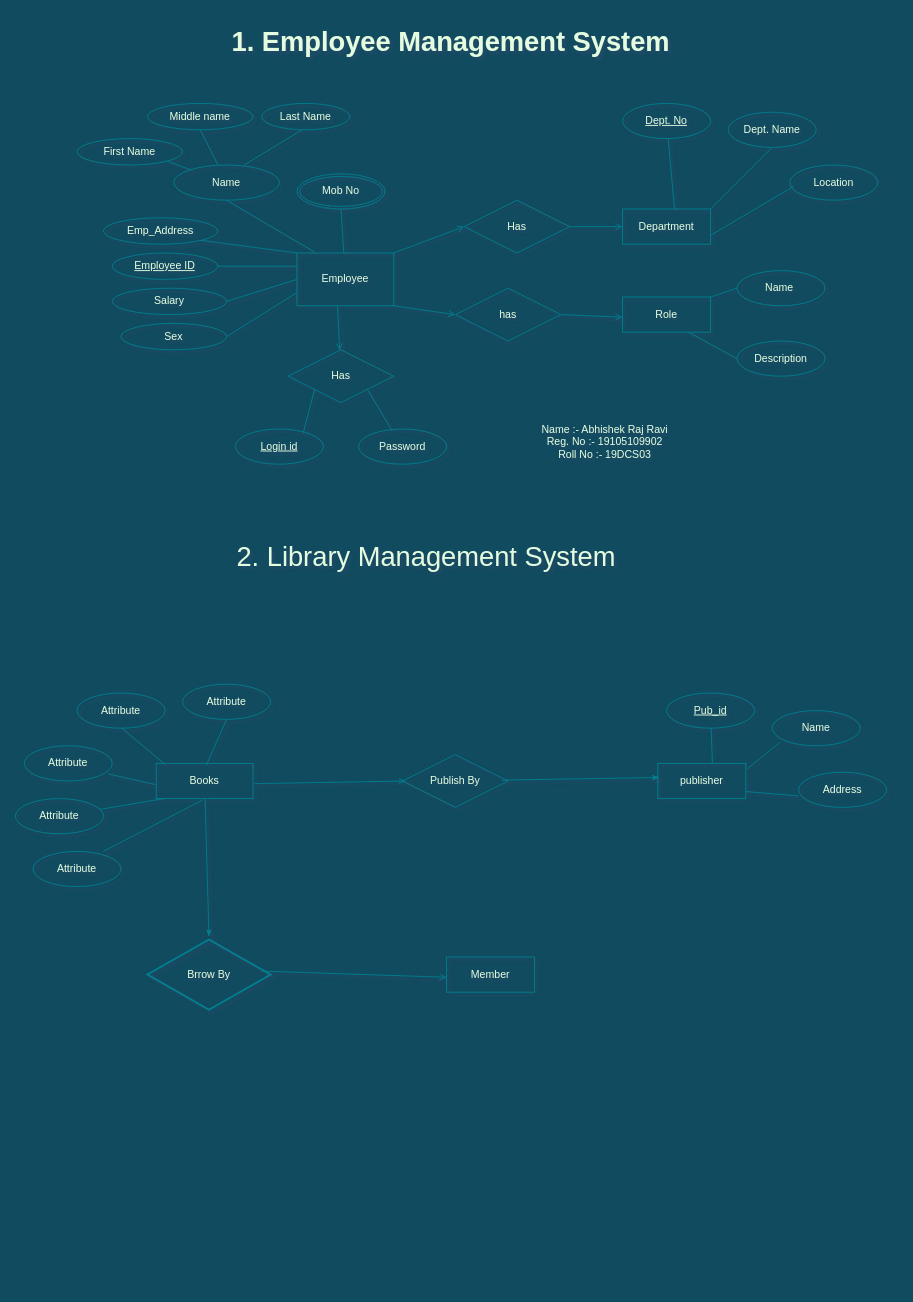
This is ER Diagram.drawio from arrbxr/my-gallery, a draw.io file, before an edit. Source tidied: cells renumbered, new cells numbered last; positions are measured from the earlier drawing's top-left corner, leaving out a move shared by most shapes. Both pictures are drawn from the tidied source at 88%, with x=0, y=0 at pixel (15, 15).
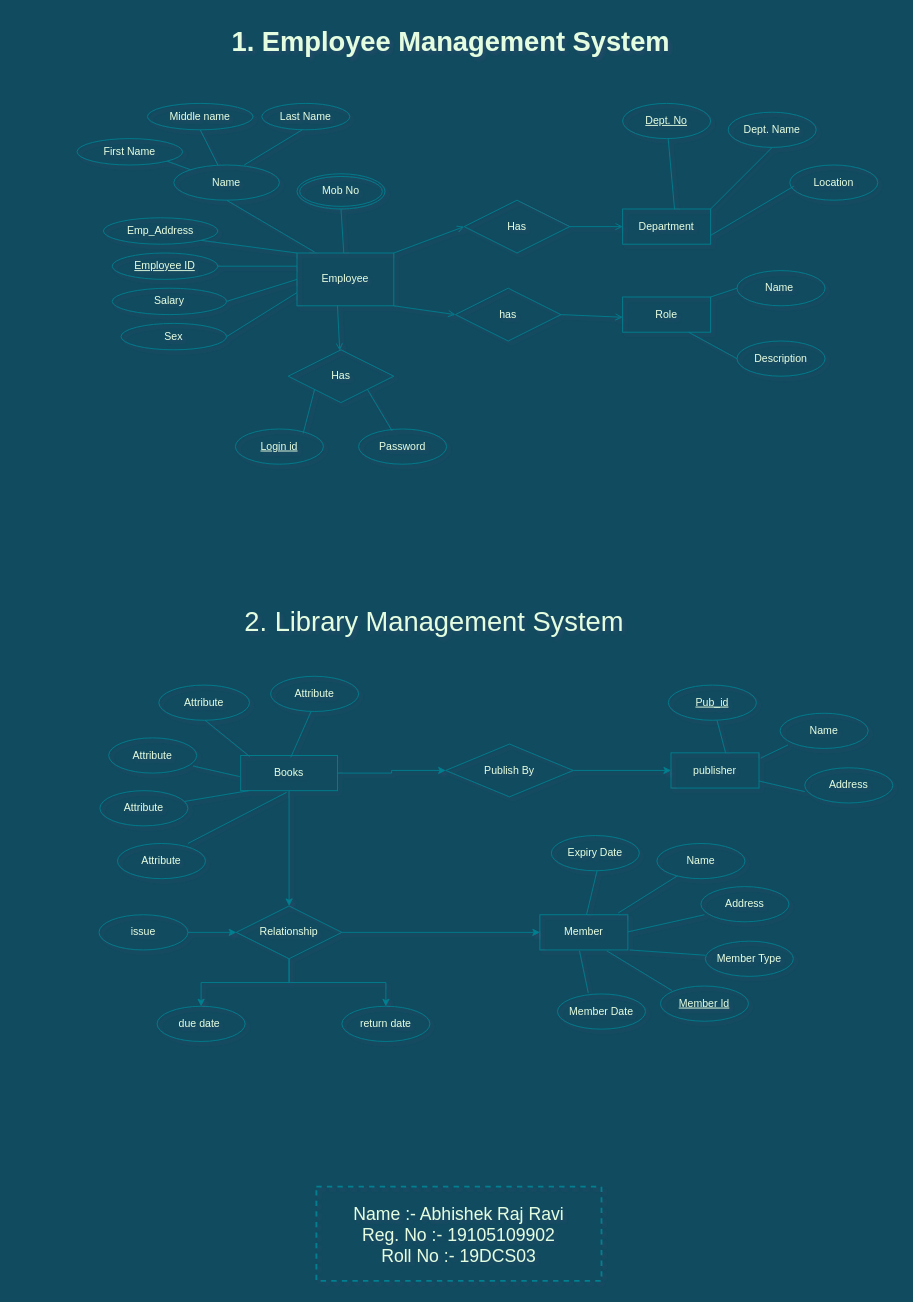
After the change.

The edit, as a diff of the source:
```diff
@@
-    <mxCell id="47" value="Name :- Abhishek Raj Ravi&lt;br&gt;Reg. No :- 19105109902&lt;br&gt;Roll No :- 19DCS03" style="whiteSpace=wrap;html=1;absoluteArcSize=1;arcSize=14;strokeWidth=2;fillColor=none;fontColor=#E4FDE1;strokeColor=none;" parent="1" vertex="1">
-      <mxGeometry x="550" y="430" width="240" height="110" as="geometry" />
-    </mxCell>
@@
     <mxCell id="49" value="2. Library Management System" style="text;html=1;fillColor=none;align=center;verticalAlign=middle;whiteSpace=wrap;glass=0;labelBackgroundColor=none;fontSize=31;fontColor=#E4FDE1;" parent="1" vertex="1">
-      <mxGeometry x="147" y="590" width="640" height="50" as="geometry" />
+      <mxGeometry x="156" y="664" width="640" height="50" as="geometry" />
     </mxCell>
@@
+    <mxCell id="76" style="edgeStyle=orthogonalEdgeStyle;rounded=0;jettySize=auto;html=1;endArrow=classic;endFill=1;labelBackgroundColor=#114B5F;strokeColor=#028090;fontColor=#E4FDE1;" parent="1" edge="1" source="51" target="80">
+      <mxGeometry relative="1" as="geometry" />
+    </mxCell>
+    <mxCell id="64" style="edgeStyle=orthogonalEdgeStyle;rounded=0;jettySize=auto;html=1;exitX=1;exitY=0.5;exitDx=0;exitDy=0;entryX=0;entryY=0.5;entryDx=0;entryDy=0;endArrow=classic;endFill=1;labelBackgroundColor=#114B5F;strokeColor=#028090;fontColor=#E4FDE1;" parent="1" edge="1" source="51" target="52">
+      <mxGeometry relative="1" as="geometry" />
+    </mxCell>
     <mxCell id="51" value="Books" style="whiteSpace=wrap;html=1;align=center;strokeColor=#028090;fontColor=#E4FDE1;fillColor=none;" parent="1" vertex="1">
-      <mxGeometry x="160" y="850" width="110" height="40" as="geometry" />
+      <mxGeometry x="256" y="841" width="110" height="40" as="geometry" />
     </mxCell>
+    <mxCell id="65" style="edgeStyle=orthogonalEdgeStyle;rounded=0;jettySize=auto;html=1;exitX=1;exitY=0.5;exitDx=0;exitDy=0;endArrow=classic;endFill=1;labelBackgroundColor=#114B5F;strokeColor=#028090;fontColor=#E4FDE1;" parent="1" edge="1" source="52" target="53">
+      <mxGeometry relative="1" as="geometry" />
+    </mxCell>
     <mxCell id="52" value="Publish By" style="shape=rhombus;perimeter=rhombusPerimeter;whiteSpace=wrap;html=1;align=center;strokeColor=#028090;fontColor=#E4FDE1;fillColor=none;" parent="1" vertex="1">
-      <mxGeometry x="440" y="840" width="120" height="60" as="geometry" />
+      <mxGeometry x="489" y="828" width="145" height="60" as="geometry" />
     </mxCell>
     <mxCell id="53" value="publisher" style="whiteSpace=wrap;html=1;align=center;strokeColor=#028090;fontColor=#E4FDE1;fillColor=none;" parent="1" vertex="1">
-      <mxGeometry x="730" y="850" width="100" height="40" as="geometry" />
+      <mxGeometry x="745" y="838" width="100" height="40" as="geometry" />
     </mxCell>
     <mxCell id="54" value="Attribute" style="ellipse;whiteSpace=wrap;html=1;align=center;strokeColor=#028090;fontColor=#E4FDE1;fillColor=none;" parent="1" vertex="1">
-      <mxGeometry x="70" y="770" width="100" height="40" as="geometry" />
+      <mxGeometry x="163" y="761" width="103" height="40" as="geometry" />
     </mxCell>
     <mxCell id="55" value="Attribute" style="ellipse;whiteSpace=wrap;html=1;align=center;strokeColor=#028090;fontColor=#E4FDE1;fillColor=none;" parent="1" vertex="1">
-      <mxGeometry y="890" width="100" height="40" as="geometry" />
+      <mxGeometry x="96" y="881" width="100" height="40" as="geometry" />
     </mxCell>
     <mxCell id="56" value="Attribute" style="ellipse;whiteSpace=wrap;html=1;align=center;strokeColor=#028090;fontColor=#E4FDE1;fillColor=none;" parent="1" vertex="1">
-      <mxGeometry x="10" y="830" width="100" height="40" as="geometry" />
+      <mxGeometry x="106" y="821" width="100" height="40" as="geometry" />
     </mxCell>
     <mxCell id="57" value="Attribute" style="ellipse;whiteSpace=wrap;html=1;align=center;strokeColor=#028090;fontColor=#E4FDE1;fillColor=none;" parent="1" vertex="1">
-      <mxGeometry x="190" y="760" width="100" height="40" as="geometry" />
+      <mxGeometry x="290" y="751" width="100" height="40" as="geometry" />
     </mxCell>
     <mxCell id="58" value="Attribute" style="ellipse;whiteSpace=wrap;html=1;align=center;strokeColor=#028090;fontColor=#E4FDE1;fillColor=none;" parent="1" vertex="1">
-      <mxGeometry x="20" y="950" width="100" height="40" as="geometry" />
+      <mxGeometry x="116" y="941" width="100" height="40" as="geometry" />
     </mxCell>
     <mxCell id="59" style="endArrow=none;html=1;exitX=0.518;exitY=0.05;exitDx=0;exitDy=0;exitPerimeter=0;strokeColor=#028090;fontColor=#E4FDE1;labelBackgroundColor=#114B5F;" parent="1" edge="1" source="51">
       <mxGeometry relative="1" as="geometry">
-        <mxPoint x="240" y="800" as="targetPoint" />
+        <mxPoint x="336" y="791" as="targetPoint" />
       </mxGeometry>
     </mxCell>
@@
-    <mxCell id="64" style="endArrow=openThin;html=1;exitX=1.018;exitY=0.575;exitDx=0;exitDy=0;exitPerimeter=0;endFill=0;entryX=0.033;entryY=0.5;entryDx=0;entryDy=0;entryPerimeter=0;strokeColor=#028090;fontColor=#E4FDE1;labelBackgroundColor=#114B5F;" parent="1" edge="1" source="51" target="52">
-      <mxGeometry relative="1" as="geometry" />
-    </mxCell>
-    <mxCell id="65" style="endArrow=classicThin;html=1;exitX=0.942;exitY=0.483;exitDx=0;exitDy=0;exitPerimeter=0;entryX=0.02;entryY=0.4;entryDx=0;entryDy=0;entryPerimeter=0;endFill=1;strokeColor=#028090;fontColor=#E4FDE1;labelBackgroundColor=#114B5F;" parent="1" edge="1" source="52" target="53">
-      <mxGeometry relative="1" as="geometry" />
-    </mxCell>
     <mxCell id="66" value="Address" style="ellipse;whiteSpace=wrap;html=1;align=center;strokeColor=#028090;fontColor=#E4FDE1;fillColor=none;" parent="1" vertex="1">
-      <mxGeometry x="890" y="860" width="100" height="40" as="geometry" />
+      <mxGeometry x="897" y="855" width="100" height="40" as="geometry" />
     </mxCell>
     <mxCell id="67" value="&lt;u&gt;Pub_id&lt;/u&gt;" style="ellipse;whiteSpace=wrap;html=1;align=center;strokeColor=#028090;fontColor=#E4FDE1;fillColor=none;" parent="1" vertex="1">
-      <mxGeometry x="740" y="770" width="100" height="40" as="geometry" />
+      <mxGeometry x="742" y="761" width="100" height="40" as="geometry" />
     </mxCell>
     <mxCell id="68" value="Name" style="ellipse;whiteSpace=wrap;html=1;align=center;strokeColor=#028090;fontColor=#E4FDE1;fillColor=none;" parent="1" vertex="1">
-      <mxGeometry x="860" y="790" width="100" height="40" as="geometry" />
+      <mxGeometry x="869" y="793" width="100" height="40" as="geometry" />
     </mxCell>
@@
-    <mxCell id="72" value="Brrow By" style="strokeWidth=2;html=1;shape=mxgraph.flowchart.decision;whiteSpace=wrap;strokeColor=#028090;fontColor=#E4FDE1;fillColor=none;" parent="1" vertex="1">
-      <mxGeometry x="150" y="1050" width="140" height="80" as="geometry" />
-    </mxCell>
-    <mxCell id="73" style="endArrow=classicThin;html=1;endFill=1;entryX=0.5;entryY=-0.037;entryDx=0;entryDy=0;entryPerimeter=0;strokeColor=#028090;fontColor=#E4FDE1;labelBackgroundColor=#114B5F;" parent="1" edge="1" source="51" target="72">
-      <mxGeometry relative="1" as="geometry" />
-    </mxCell>
+    <mxCell id="77" style="edgeStyle=orthogonalEdgeStyle;rounded=0;jettySize=auto;html=1;exitX=0.5;exitY=1;exitDx=0;exitDy=0;endArrow=classic;endFill=1;labelBackgroundColor=#114B5F;strokeColor=#028090;fontColor=#E4FDE1;" parent="1" edge="1" source="80" target="83">
+      <mxGeometry relative="1" as="geometry" />
+    </mxCell>
+    <mxCell id="78" style="edgeStyle=orthogonalEdgeStyle;rounded=0;jettySize=auto;html=1;entryX=0.5;entryY=0;entryDx=0;entryDy=0;endArrow=classic;endFill=1;labelBackgroundColor=#114B5F;strokeColor=#028090;fontColor=#E4FDE1;" parent="1" edge="1" source="80" target="84">
+      <mxGeometry relative="1" as="geometry" />
+    </mxCell>
+    <mxCell id="79" style="edgeStyle=orthogonalEdgeStyle;rounded=0;jettySize=auto;html=1;endArrow=classic;endFill=1;labelBackgroundColor=#114B5F;strokeColor=#028090;fontColor=#E4FDE1;" parent="1" edge="1" source="80" target="74">
+      <mxGeometry relative="1" as="geometry" />
+    </mxCell>
+    <mxCell id="80" value="Relationship" style="shape=rhombus;perimeter=rhombusPerimeter;whiteSpace=wrap;html=1;align=center;fillColor=none;strokeColor=#028090;fontColor=#E4FDE1;" parent="1" vertex="1">
+      <mxGeometry x="251" y="1012" width="120" height="60" as="geometry" />
+    </mxCell>
+    <mxCell id="81" style="edgeStyle=orthogonalEdgeStyle;rounded=0;jettySize=auto;html=1;exitX=1;exitY=0.5;exitDx=0;exitDy=0;entryX=0;entryY=0.5;entryDx=0;entryDy=0;endArrow=classic;endFill=1;labelBackgroundColor=#114B5F;strokeColor=#028090;fontColor=#E4FDE1;" parent="1" edge="1" source="82" target="80">
+      <mxGeometry relative="1" as="geometry" />
+    </mxCell>
+    <mxCell id="82" value="issue" style="ellipse;whiteSpace=wrap;html=1;align=center;strokeColor=#028090;fillColor=none;fontColor=#E4FDE1;" parent="1" vertex="1">
+      <mxGeometry x="95" y="1022" width="101" height="40" as="geometry" />
+    </mxCell>
+    <mxCell id="83" value="return date" style="ellipse;whiteSpace=wrap;html=1;align=center;strokeColor=#028090;fillColor=none;fontColor=#E4FDE1;" parent="1" vertex="1">
+      <mxGeometry x="371" y="1126" width="100" height="40" as="geometry" />
+    </mxCell>
+    <mxCell id="84" value="due date&amp;nbsp;" style="ellipse;whiteSpace=wrap;html=1;align=center;strokeColor=#028090;fillColor=none;fontColor=#E4FDE1;" parent="1" vertex="1">
+      <mxGeometry x="161" y="1126" width="100" height="40" as="geometry" />
+    </mxCell>
-    <mxCell id="74" value="Member" style="whiteSpace=wrap;html=1;align=center;strokeColor=#028090;fontColor=#E4FDE1;fillColor=none;" parent="1" vertex="1">
-      <mxGeometry x="490" y="1070" width="100" height="40" as="geometry" />
+    <mxCell id="74" value="Member" style="whiteSpace=wrap;html=1;align=center;fillColor=none;strokeColor=#028090;fontColor=#E4FDE1;" parent="1" vertex="1">
+      <mxGeometry x="596" y="1022" width="100" height="40" as="geometry" />
     </mxCell>
-    <mxCell id="75" style="endArrow=open;html=1;exitX=0.929;exitY=0.45;exitDx=0;exitDy=0;exitPerimeter=0;entryX=0;entryY=0.576;entryDx=0;entryDy=0;entryPerimeter=0;endFill=0;strokeColor=#028090;fontColor=#E4FDE1;labelBackgroundColor=#114B5F;" parent="1" edge="1" source="72" target="74">
-      <mxGeometry relative="1" as="geometry" />
-    </mxCell>
+    <mxCell id="85" value="Expiry Date" style="ellipse;whiteSpace=wrap;html=1;align=center;strokeColor=#028090;fillColor=none;fontColor=#E4FDE1;" parent="1" vertex="1">
+      <mxGeometry x="609" y="932" width="100" height="40" as="geometry" />
+    </mxCell>
+    <mxCell id="86" value="Address" style="ellipse;whiteSpace=wrap;html=1;align=center;strokeColor=#028090;fillColor=none;fontColor=#E4FDE1;" parent="1" vertex="1">
+      <mxGeometry x="779" y="990" width="100" height="40" as="geometry" />
+    </mxCell>
+    <mxCell id="87" value="Member Type" style="ellipse;whiteSpace=wrap;html=1;align=center;strokeColor=#028090;fillColor=none;fontColor=#E4FDE1;" parent="1" vertex="1">
+      <mxGeometry x="784" y="1052" width="100" height="40" as="geometry" />
+    </mxCell>
+    <mxCell id="88" value="&lt;u&gt;Member Id&lt;/u&gt;" style="ellipse;whiteSpace=wrap;html=1;align=center;strokeColor=#028090;fillColor=none;fontColor=#E4FDE1;" parent="1" vertex="1">
+      <mxGeometry x="733" y="1103" width="100" height="40" as="geometry" />
+    </mxCell>
+    <mxCell id="89" value="Member Date" style="ellipse;whiteSpace=wrap;html=1;align=center;strokeColor=#028090;fillColor=none;fontColor=#E4FDE1;" parent="1" vertex="1">
+      <mxGeometry x="616" y="1112" width="100" height="40" as="geometry" />
+    </mxCell>
+    <mxCell id="90" value="Name" style="ellipse;whiteSpace=wrap;html=1;align=center;strokeColor=#028090;fillColor=none;fontColor=#E4FDE1;" parent="1" vertex="1">
+      <mxGeometry x="729" y="941" width="100" height="40" as="geometry" />
+    </mxCell>
+    <mxCell id="91" style="endArrow=none;html=1;rounded=0;entryX=0.04;entryY=0.8;entryDx=0;entryDy=0;entryPerimeter=0;labelBackgroundColor=#114B5F;strokeColor=#028090;fontColor=#E4FDE1;" parent="1" edge="1" target="86">
+      <mxGeometry relative="1" as="geometry">
+        <mxPoint x="696" y="1041.5" as="sourcePoint" />
+      </mxGeometry>
+    </mxCell>
+    <mxCell id="92" style="endArrow=none;html=1;exitX=0.53;exitY=0;exitDx=0;exitDy=0;exitPerimeter=0;labelBackgroundColor=#114B5F;strokeColor=#028090;fontColor=#E4FDE1;" parent="1" edge="1" source="74">
+      <mxGeometry relative="1" as="geometry">
+        <mxPoint x="661" y="972" as="targetPoint" />
+      </mxGeometry>
+    </mxCell>
+    <mxCell id="93" style="endArrow=none;html=1;exitX=0.89;exitY=-0.05;exitDx=0;exitDy=0;exitPerimeter=0;labelBackgroundColor=#114B5F;strokeColor=#028090;fontColor=#E4FDE1;" parent="1" edge="1" source="74" target="90">
+      <mxGeometry relative="1" as="geometry" />
+    </mxCell>
+    <mxCell id="94" style="endArrow=none;html=1;exitX=1.02;exitY=1;exitDx=0;exitDy=0;exitPerimeter=0;entryX=0;entryY=0.4;entryDx=0;entryDy=0;entryPerimeter=0;labelBackgroundColor=#114B5F;strokeColor=#028090;fontColor=#E4FDE1;" parent="1" edge="1" source="74" target="87">
+      <mxGeometry relative="1" as="geometry" />
+    </mxCell>
+    <mxCell id="95" style="endArrow=none;html=1;exitX=0.76;exitY=1.025;exitDx=0;exitDy=0;exitPerimeter=0;entryX=0.13;entryY=0.125;entryDx=0;entryDy=0;entryPerimeter=0;labelBackgroundColor=#114B5F;strokeColor=#028090;fontColor=#E4FDE1;" parent="1" edge="1" source="74" target="88">
+      <mxGeometry relative="1" as="geometry" />
+    </mxCell>
+    <mxCell id="96" style="endArrow=none;html=1;exitX=0.35;exitY=-0.025;exitDx=0;exitDy=0;exitPerimeter=0;entryX=0.45;entryY=1.025;entryDx=0;entryDy=0;entryPerimeter=0;labelBackgroundColor=#114B5F;strokeColor=#028090;fontColor=#E4FDE1;" parent="1" edge="1" source="89" target="74">
+      <mxGeometry relative="1" as="geometry" />
+    </mxCell>
+    <mxCell id="47" value="Name :- Abhishek Raj Ravi&lt;br style=&quot;font-size: 20px;&quot;&gt;Reg. No :- 19105109902&lt;br style=&quot;font-size: 20px;&quot;&gt;Roll No :- 19DCS03" style="whiteSpace=wrap;html=1;absoluteArcSize=1;arcSize=14;strokeWidth=2;fillColor=none;fontColor=#E4FDE1;fontSize=20;dashed=1;strokeColor=#028090;" parent="1" vertex="1">
+      <mxGeometry x="342" y="1331" width="324" height="107" as="geometry" />
+    </mxCell>
```
